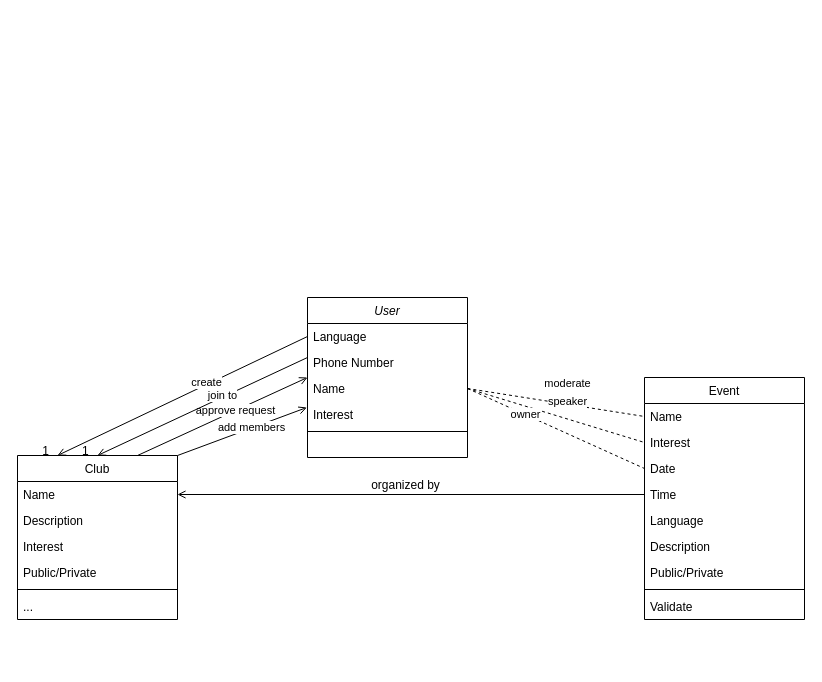
This is Модель сущностей.drawio from metaversia-ru/diagrams_public, a draw.io file, before an edit. Source tidied: cells renumbered, new cells numbered last; positions are measured from the earlier drawing's top-left corner, leaving out a move shared by most shapes. Both pictures are drawn from the tidied source at 100%, with x=0, y=0 at pixel (17, 297).
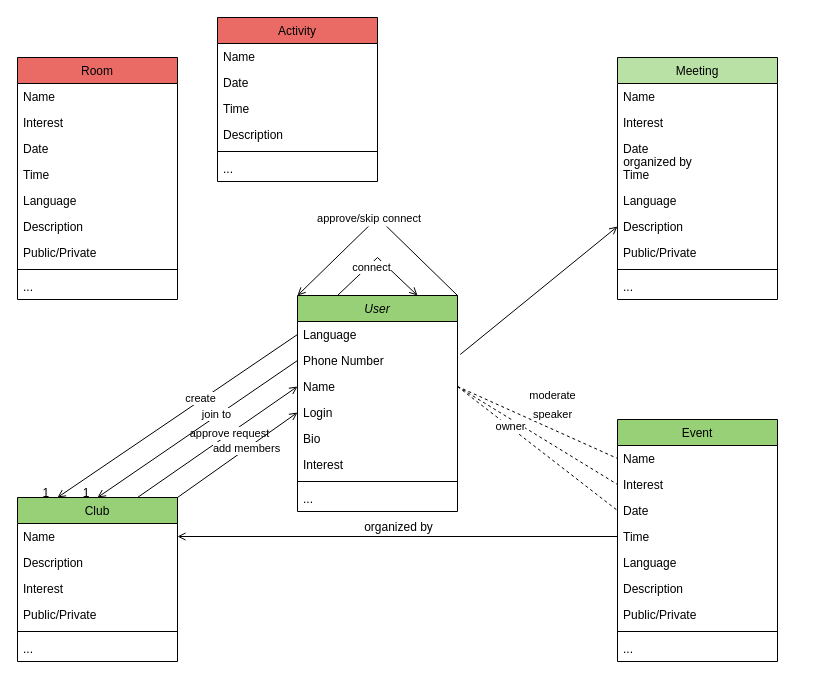
Above is the later version.

The change refers to these unchanged cells:
```xml
<mxCell id="4" value="Phone Number" style="text;align=left;verticalAlign=top;spacingLeft=4;spacingRight=4;overflow=hidden;points=[[0,0.5],[1,0.5]];portConstraint=eastwest;rounded=0;shadow=0;html=0;" parent="2" vertex="1">
  <mxGeometry y="52" width="160" height="26" as="geometry" />
</mxCell>
<mxCell id="5" value="Name" style="text;align=left;verticalAlign=top;spacingLeft=4;spacingRight=4;overflow=hidden;points=[[0,0.5],[1,0.5]];portConstraint=eastwest;rounded=0;shadow=0;html=0;" parent="2" vertex="1">
  <mxGeometry y="78" width="160" height="26" as="geometry" />
</mxCell>
```

Diff of the diagram source:
```diff
@@
-    <mxCell id="2" value="User" style="swimlane;fontStyle=2;align=center;verticalAlign=top;horizontal=1;startSize=26;rounded=0;shadow=0;strokeWidth=1;" parent="1" vertex="1">
-      <mxGeometry x="290" width="160" height="160" as="geometry" />
+    <mxCell id="2" value="User" style="swimlane;fontStyle=2;align=center;verticalAlign=top;horizontal=1;startSize=26;rounded=0;shadow=0;strokeWidth=1;fillColor=#97D077;" parent="1" vertex="1">
+      <mxGeometry x="280" y="-2" width="160" height="216" as="geometry" />
     </mxCell>
@@
+    <mxCell id="46" value="Login" style="text;align=left;verticalAlign=top;spacingLeft=4;spacingRight=4;overflow=hidden;points=[[0,0.5],[1,0.5]];portConstraint=eastwest;rounded=0;shadow=0;html=0;" parent="2" vertex="1">
+      <mxGeometry y="104" width="160" height="26" as="geometry" />
+    </mxCell>
+    <mxCell id="47" value="Bio" style="text;align=left;verticalAlign=top;spacingLeft=4;spacingRight=4;overflow=hidden;rounded=0;shadow=0;html=0;" parent="2" vertex="1">
+      <mxGeometry y="130" width="160" height="26" as="geometry" />
+    </mxCell>
     <mxCell id="6" value="Interest" style="text;align=left;verticalAlign=top;spacingLeft=4;spacingRight=4;overflow=hidden;rounded=0;shadow=0;html=0;" parent="2" vertex="1">
-      <mxGeometry y="104" width="160" height="26" as="geometry" />
+      <mxGeometry y="156" width="160" height="26" as="geometry" />
     </mxCell>
     <mxCell id="7" style="line;html=1;strokeWidth=1;align=left;verticalAlign=middle;spacingTop=-1;spacingLeft=3;spacingRight=3;labelPosition=right;" parent="2" vertex="1">
-      <mxGeometry y="130" width="160" height="8" as="geometry" />
+      <mxGeometry y="182" width="160" height="8" as="geometry" />
     </mxCell>
+    <mxCell id="48" value="..." style="text;align=left;verticalAlign=top;spacingLeft=4;spacingRight=4;overflow=hidden;" parent="2" vertex="1">
+      <mxGeometry y="190" width="160" height="26" as="geometry" />
+    </mxCell>
-    <mxCell id="8" value="Event" style="swimlane;fontStyle=0;align=center;verticalAlign=top;horizontal=1;startSize=26;rounded=0;shadow=0;strokeWidth=1;" parent="1" vertex="1">
-      <mxGeometry x="627" y="80" width="160" height="242" as="geometry" />
+    <mxCell id="8" value="Event" style="swimlane;fontStyle=0;align=center;verticalAlign=top;horizontal=1;startSize=26;rounded=0;shadow=0;strokeWidth=1;fillColor=#97D077;" parent="1" vertex="1">
+      <mxGeometry x="600" y="122" width="160" height="242" as="geometry" />
     </mxCell>
@@
-    <mxCell id="17" value="Validate" style="text;align=left;verticalAlign=top;spacingLeft=4;spacingRight=4;overflow=hidden;" parent="8" vertex="1">
+    <mxCell id="17" value="..." style="text;align=left;verticalAlign=top;spacingLeft=4;spacingRight=4;overflow=hidden;" parent="8" vertex="1">
       <mxGeometry y="216" width="160" height="26" as="geometry" />
     </mxCell>
@@
-    <mxCell id="21" value="Club" style="swimlane;fontStyle=0;align=center;verticalAlign=top;horizontal=1;startSize=26;rounded=0;shadow=0;strokeWidth=1;" parent="1" vertex="1">
-      <mxGeometry y="158" width="160" height="164" as="geometry" />
+    <mxCell id="21" value="Club" style="swimlane;fontStyle=0;align=center;verticalAlign=top;horizontal=1;startSize=26;rounded=0;shadow=0;strokeWidth=1;fillColor=#97D077;" parent="1" vertex="1">
+      <mxGeometry y="200" width="160" height="164" as="geometry" />
     </mxCell>
@@
-    <mxCell id="28" style="endArrow=open;shadow=0;strokeWidth=1;rounded=0;endFill=1;elbow=horizontal;entryX=0;entryY=0.5;entryDx=0;entryDy=0;exitX=0.75;exitY=0;exitDx=0;exitDy=0;" parent="1" edge="1" source="21">
+    <mxCell id="28" style="endArrow=open;shadow=0;strokeWidth=1;rounded=0;endFill=1;elbow=horizontal;entryX=0;entryY=0.5;entryDx=0;entryDy=0;exitX=0.75;exitY=0;exitDx=0;exitDy=0;" parent="1" edge="1" source="21" target="5">
       <mxGeometry x="0.5" y="41" relative="1" as="geometry">
-        <mxPoint x="290" y="80" as="targetPoint" />
         <mxPoint x="-40" y="32" as="offset" />
       </mxGeometry>
     </mxCell>
@@
-    <mxCell id="40" style="endArrow=open;shadow=0;strokeWidth=1;rounded=0;endFill=1;elbow=horizontal;exitX=0;exitY=0.5;exitDx=0;exitDy=0;entryX=0.5;entryY=0;entryDx=0;entryDy=0;" parent="1" edge="1" target="21">
+    <mxCell id="40" style="endArrow=open;shadow=0;strokeWidth=1;rounded=0;endFill=1;elbow=horizontal;exitX=0;exitY=0.5;exitDx=0;exitDy=0;entryX=0.5;entryY=0;entryDx=0;entryDy=0;" parent="1" edge="1" source="4" target="21">
       <mxGeometry x="0.5" y="41" relative="1" as="geometry">
-        <mxPoint x="290" y="60" as="sourcePoint" />
         <mxPoint x="-40" y="32" as="offset" />
       </mxGeometry>
     </mxCell>
@@
-    <mxCell id="44" style="endArrow=open;shadow=0;strokeWidth=1;rounded=0;endFill=1;elbow=horizontal;entryX=-0.004;entryY=1.231;entryDx=0;entryDy=0;entryPerimeter=0;exitX=1;exitY=0;exitDx=0;exitDy=0;" parent="1" edge="1" source="21" target="5">
+    <mxCell id="44" style="endArrow=open;shadow=0;strokeWidth=1;rounded=0;endFill=1;elbow=horizontal;exitX=1;exitY=0;exitDx=0;exitDy=0;entryX=0;entryY=0.5;entryDx=0;entryDy=0;" parent="1" edge="1" source="21" target="46">
       <mxGeometry x="0.5" y="41" relative="1" as="geometry">
         <mxPoint x="-40" y="32" as="offset" />
       </mxGeometry>
     </mxCell>
@@
+    <mxCell id="49" value="Meeting" style="swimlane;fontStyle=0;align=center;verticalAlign=top;horizontal=1;startSize=26;rounded=0;shadow=0;strokeWidth=1;fillColor=#B9E0A5;" parent="1" vertex="1">
+      <mxGeometry x="600" y="-240" width="160" height="242" as="geometry" />
+    </mxCell>
+    <mxCell id="50" value="Name" style="text;align=left;verticalAlign=top;spacingLeft=4;spacingRight=4;overflow=hidden;rounded=0;shadow=0;html=0;" parent="49" vertex="1">
+      <mxGeometry y="26" width="160" height="26" as="geometry" />
+    </mxCell>
+    <mxCell id="51" value="Interest" style="text;align=left;verticalAlign=top;spacingLeft=4;spacingRight=4;overflow=hidden;" parent="49" vertex="1">
+      <mxGeometry y="52" width="160" height="26" as="geometry" />
+    </mxCell>
+    <mxCell id="52" value="Date" style="text;align=left;verticalAlign=top;spacingLeft=4;spacingRight=4;overflow=hidden;rounded=0;shadow=0;html=0;" parent="49" vertex="1">
+      <mxGeometry y="78" width="160" height="26" as="geometry" />
+    </mxCell>
+    <mxCell id="53" value="Time" style="text;align=left;verticalAlign=top;spacingLeft=4;spacingRight=4;overflow=hidden;rounded=0;shadow=0;html=0;" parent="49" vertex="1">
+      <mxGeometry y="104" width="160" height="26" as="geometry" />
+    </mxCell>
+    <mxCell id="54" value="Language" style="text;align=left;verticalAlign=top;spacingLeft=4;spacingRight=4;overflow=hidden;rounded=0;shadow=0;html=0;" parent="49" vertex="1">
+      <mxGeometry y="130" width="160" height="26" as="geometry" />
+    </mxCell>
+    <mxCell id="55" value="Description" style="text;align=left;verticalAlign=top;spacingLeft=4;spacingRight=4;overflow=hidden;points=[[0,0.5],[1,0.5]];portConstraint=eastwest;rounded=0;shadow=0;html=0;" parent="49" vertex="1">
+      <mxGeometry y="156" width="160" height="26" as="geometry" />
+    </mxCell>
+    <mxCell id="56" value="Public/Private" style="text;align=left;verticalAlign=top;spacingLeft=4;spacingRight=4;overflow=hidden;rounded=0;shadow=0;html=0;" parent="49" vertex="1">
+      <mxGeometry y="182" width="160" height="26" as="geometry" />
+    </mxCell>
+    <mxCell id="57" style="line;html=1;strokeWidth=1;align=left;verticalAlign=middle;spacingTop=-1;spacingLeft=3;spacingRight=3;labelPosition=right;" parent="49" vertex="1">
+      <mxGeometry y="208" width="160" height="8" as="geometry" />
+    </mxCell>
+    <mxCell id="58" value="..." style="text;align=left;verticalAlign=top;spacingLeft=4;spacingRight=4;overflow=hidden;" parent="49" vertex="1">
+      <mxGeometry y="216" width="160" height="26" as="geometry" />
+    </mxCell>
+    <mxCell id="59" style="endArrow=open;shadow=0;strokeWidth=1;rounded=0;endFill=1;elbow=horizontal;entryX=0;entryY=0.5;entryDx=0;entryDy=0;exitX=1.017;exitY=0.269;exitDx=0;exitDy=0;exitPerimeter=0;" parent="1" edge="1" source="4" target="55">
+      <mxGeometry x="0.5" y="41" relative="1" as="geometry">
+        <mxPoint x="-40" y="32" as="offset" />
+      </mxGeometry>
+    </mxCell>
+    <mxCell id="60" style="align=left;verticalAlign=bottom;labelBackgroundColor=none;fontSize=12;" parent="59" vertex="1">
+      <mxGeometry x="-1" relative="1" as="geometry">
+        <mxPoint y="4" as="offset" />
+      </mxGeometry>
+    </mxCell>
+    <mxCell id="61" value="organized by" style="text;html=1;align=center;verticalAlign=middle;labelBackgroundColor=none;rounded=0;shadow=0;strokeWidth=1;fontSize=12;" parent="59" vertex="1">
+      <mxGeometry x="0.5" y="49" relative="1" as="geometry">
+        <mxPoint x="110" y="-59" as="offset" />
+      </mxGeometry>
+    </mxCell>
+    <mxCell id="62" style="endArrow=open;shadow=0;strokeWidth=1;rounded=0;endFill=1;elbow=horizontal;exitX=0.25;exitY=0;exitDx=0;exitDy=0;entryX=0.75;entryY=0;entryDx=0;entryDy=0;" parent="1" edge="1" source="2" target="2">
+      <mxGeometry x="0.5" y="41" relative="1" as="geometry">
+        <Array as="points">
+          <mxPoint x="360" y="-40" />
+        </Array>
+        <mxPoint x="-40" y="32" as="offset" />
+      </mxGeometry>
+    </mxCell>
+    <mxCell id="63" style="align=left;verticalAlign=bottom;labelBackgroundColor=none;fontSize=12;" parent="62" vertex="1">
+      <mxGeometry x="-1" relative="1" as="geometry">
+        <mxPoint y="4" as="offset" />
+      </mxGeometry>
+    </mxCell>
+    <mxCell id="64" value="connect" style="edgeLabel;html=1;align=center;verticalAlign=middle;" parent="62" vertex="1">
+      <mxGeometry x="-0.2" y="-2" relative="1" as="geometry" />
+    </mxCell>
+    <mxCell id="65" value="approve/skip connect" style="endArrow=open;shadow=0;strokeWidth=1;rounded=0;endFill=1;elbow=horizontal;exitX=1;exitY=0;exitDx=0;exitDy=0;entryX=0;entryY=0;entryDx=0;entryDy=0;" parent="1" edge="1" source="2" target="2">
+      <mxGeometry x="0.06" y="-5" relative="1" as="geometry">
+        <Array as="points">
+          <mxPoint x="360" y="-80" />
+        </Array>
+      </mxGeometry>
+    </mxCell>
+    <mxCell id="66" style="align=left;verticalAlign=bottom;labelBackgroundColor=none;fontSize=12;" parent="65" vertex="1">
+      <mxGeometry x="-1" relative="1" as="geometry">
+        <mxPoint y="4" as="offset" />
+      </mxGeometry>
+    </mxCell>
+    <mxCell id="67" value="Room" style="swimlane;fontStyle=0;align=center;verticalAlign=top;horizontal=1;startSize=26;rounded=0;shadow=0;strokeWidth=1;fillColor=#EA6B66;" parent="1" vertex="1">
+      <mxGeometry y="-240" width="160" height="242" as="geometry" />
+    </mxCell>
+    <mxCell id="68" value="Name" style="text;align=left;verticalAlign=top;spacingLeft=4;spacingRight=4;overflow=hidden;rounded=0;shadow=0;html=0;" parent="67" vertex="1">
+      <mxGeometry y="26" width="160" height="26" as="geometry" />
+    </mxCell>
+    <mxCell id="69" value="Interest" style="text;align=left;verticalAlign=top;spacingLeft=4;spacingRight=4;overflow=hidden;" parent="67" vertex="1">
+      <mxGeometry y="52" width="160" height="26" as="geometry" />
+    </mxCell>
+    <mxCell id="70" value="Date" style="text;align=left;verticalAlign=top;spacingLeft=4;spacingRight=4;overflow=hidden;rounded=0;shadow=0;html=0;" parent="67" vertex="1">
+      <mxGeometry y="78" width="160" height="26" as="geometry" />
+    </mxCell>
+    <mxCell id="71" value="Time" style="text;align=left;verticalAlign=top;spacingLeft=4;spacingRight=4;overflow=hidden;rounded=0;shadow=0;html=0;" parent="67" vertex="1">
+      <mxGeometry y="104" width="160" height="26" as="geometry" />
+    </mxCell>
+    <mxCell id="72" value="Language" style="text;align=left;verticalAlign=top;spacingLeft=4;spacingRight=4;overflow=hidden;rounded=0;shadow=0;html=0;" parent="67" vertex="1">
+      <mxGeometry y="130" width="160" height="26" as="geometry" />
+    </mxCell>
+    <mxCell id="73" value="Description" style="text;align=left;verticalAlign=top;spacingLeft=4;spacingRight=4;overflow=hidden;rounded=0;shadow=0;html=0;" parent="67" vertex="1">
+      <mxGeometry y="156" width="160" height="26" as="geometry" />
+    </mxCell>
+    <mxCell id="74" value="Public/Private" style="text;align=left;verticalAlign=top;spacingLeft=4;spacingRight=4;overflow=hidden;rounded=0;shadow=0;html=0;" parent="67" vertex="1">
+      <mxGeometry y="182" width="160" height="26" as="geometry" />
+    </mxCell>
+    <mxCell id="75" style="line;html=1;strokeWidth=1;align=left;verticalAlign=middle;spacingTop=-1;spacingLeft=3;spacingRight=3;labelPosition=right;" parent="67" vertex="1">
+      <mxGeometry y="208" width="160" height="8" as="geometry" />
+    </mxCell>
+    <mxCell id="76" value="..." style="text;align=left;verticalAlign=top;spacingLeft=4;spacingRight=4;overflow=hidden;" parent="67" vertex="1">
+      <mxGeometry y="216" width="160" height="26" as="geometry" />
+    </mxCell>
+    <mxCell id="77" value="Activity" style="swimlane;fontStyle=0;align=center;verticalAlign=top;horizontal=1;startSize=26;rounded=0;shadow=0;strokeWidth=1;fillColor=#EA6B66;" parent="1" vertex="1">
+      <mxGeometry x="200" y="-280" width="160" height="164" as="geometry" />
+    </mxCell>
+    <mxCell id="78" value="Name" style="text;align=left;verticalAlign=top;spacingLeft=4;spacingRight=4;overflow=hidden;rounded=0;shadow=0;html=0;" parent="77" vertex="1">
+      <mxGeometry y="26" width="160" height="26" as="geometry" />
+    </mxCell>
+    <mxCell id="79" value="Date" style="text;align=left;verticalAlign=top;spacingLeft=4;spacingRight=4;overflow=hidden;rounded=0;shadow=0;html=0;" parent="77" vertex="1">
+      <mxGeometry y="52" width="160" height="26" as="geometry" />
+    </mxCell>
+    <mxCell id="80" value="Time" style="text;align=left;verticalAlign=top;spacingLeft=4;spacingRight=4;overflow=hidden;rounded=0;shadow=0;html=0;" parent="77" vertex="1">
+      <mxGeometry y="78" width="160" height="26" as="geometry" />
+    </mxCell>
+    <mxCell id="81" value="Description" style="text;align=left;verticalAlign=top;spacingLeft=4;spacingRight=4;overflow=hidden;rounded=0;shadow=0;html=0;" parent="77" vertex="1">
+      <mxGeometry y="104" width="160" height="26" as="geometry" />
+    </mxCell>
+    <mxCell id="82" style="line;html=1;strokeWidth=1;align=left;verticalAlign=middle;spacingTop=-1;spacingLeft=3;spacingRight=3;labelPosition=right;" parent="77" vertex="1">
+      <mxGeometry y="130" width="160" height="8" as="geometry" />
+    </mxCell>
+    <mxCell id="83" value="..." style="text;align=left;verticalAlign=top;spacingLeft=4;spacingRight=4;overflow=hidden;" parent="77" vertex="1">
+      <mxGeometry y="138" width="160" height="26" as="geometry" />
+    </mxCell>
```
